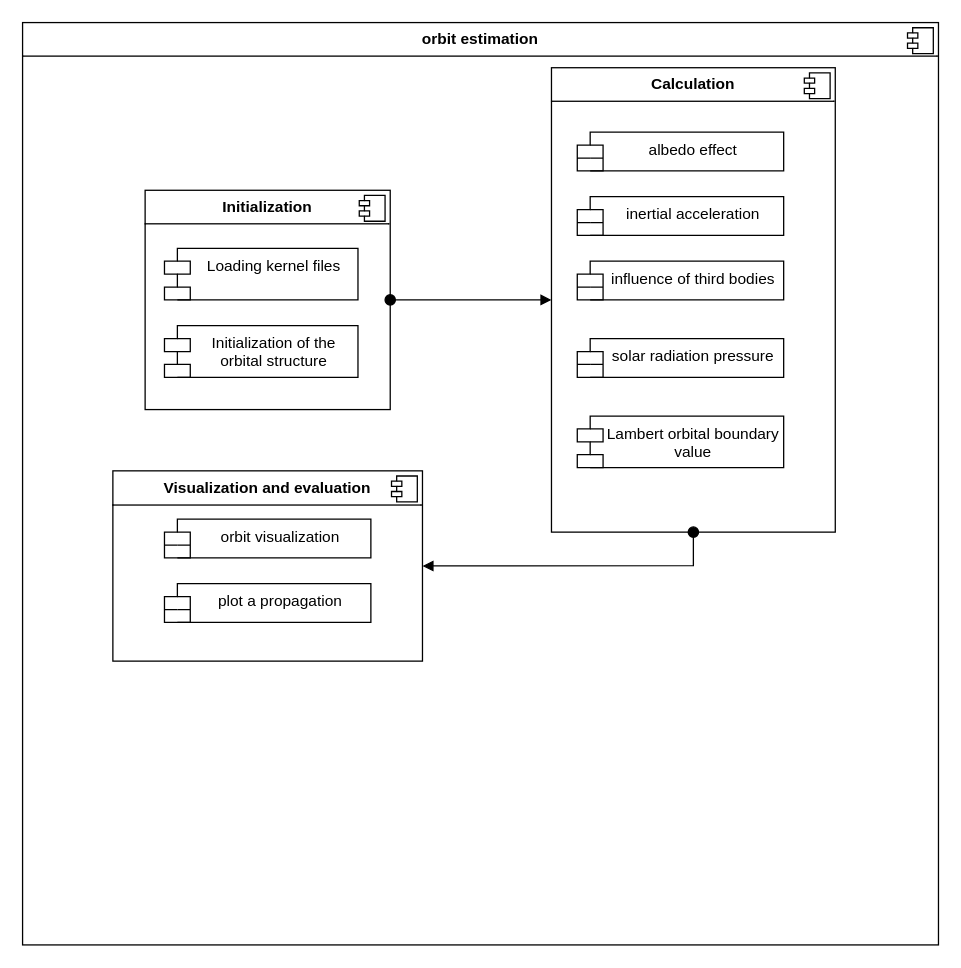
This is lab-show.drawio from zhangnailiang/ER, a draw.io file, before an edit. Source tidied: cells renumbered, new cells numbered last; positions are measured from the earlier drawing's top-left corner, leaving out a move shared by most shapes. Both pictures are drawn from the tidied source at 129%, with x=0, y=0 at pixel (22, 22).
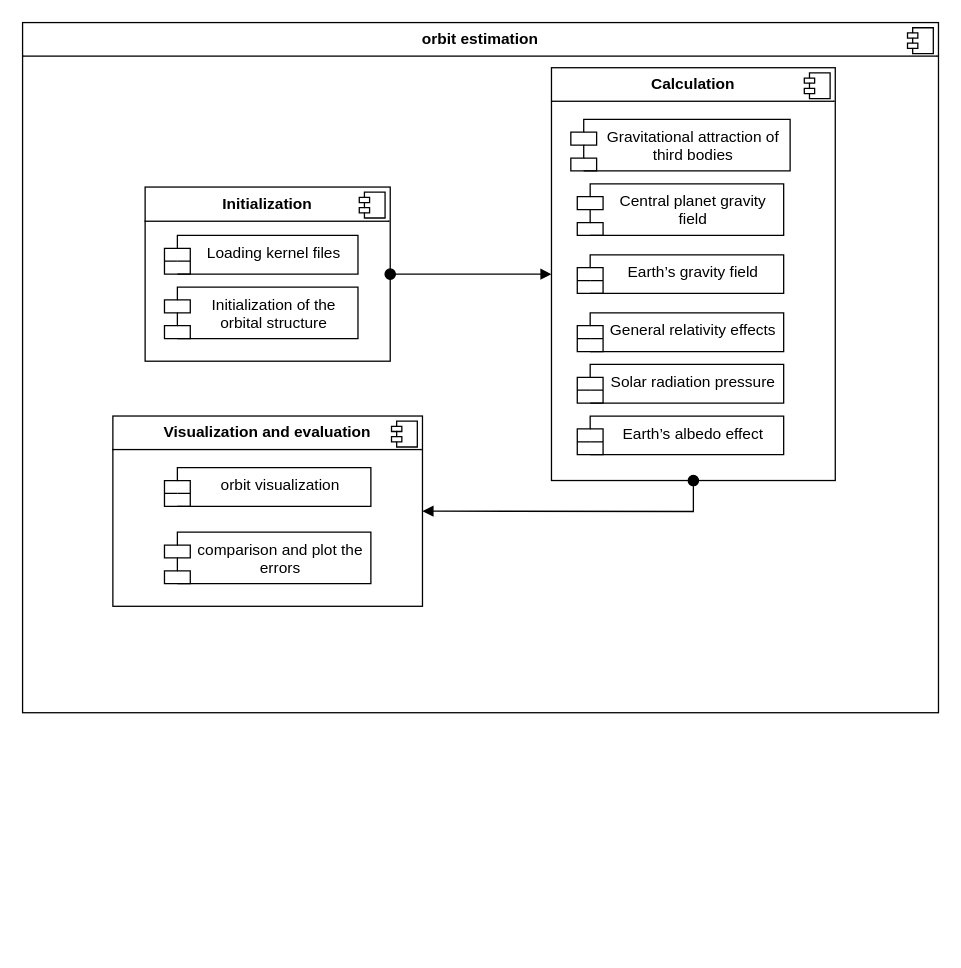
The same diagram, later.

What changed in the source:
```diff
@@
     <mxCell id="2" value="&lt;p style=&quot;margin:0px;margin-top:6px;text-align:center;&quot;&gt;&lt;b&gt;orbit estimation&lt;/b&gt;&lt;/p&gt;&lt;hr size=&quot;1&quot; style=&quot;border-style:solid;&quot;&gt;&lt;p style=&quot;margin:0px;margin-left:8px;&quot;&gt;&lt;br&gt;&lt;/p&gt;" style="align=left;overflow=fill;html=1;whiteSpace=wrap;" parent="1" vertex="1">
-      <mxGeometry width="710" height="715" as="geometry" />
+      <mxGeometry width="710" height="535" as="geometry" />
     </mxCell>
@@
     <mxCell id="4" value="&lt;p style=&quot;text-align: center; margin: 6px 0px 0px;&quot;&gt;&lt;span style=&quot;background-color: initial; text-align: left;&quot;&gt;&lt;b&gt;Initialization&lt;/b&gt;&lt;/span&gt;&lt;/p&gt;&lt;hr size=&quot;1&quot; style=&quot;border-style:solid;&quot;&gt;&lt;p style=&quot;margin:0px;margin-left:8px;&quot;&gt;&lt;br&gt;&lt;/p&gt;" style="align=left;overflow=fill;html=1;whiteSpace=wrap;" parent="1" vertex="1">
-      <mxGeometry x="95" y="130" width="190" height="170" as="geometry" />
+      <mxGeometry x="95" y="127.5" width="190" height="135" as="geometry" />
     </mxCell>
@@
     <mxCell id="6" value="&lt;p style=&quot;text-align: center; margin: 6px 0px 0px;&quot;&gt;&lt;b style=&quot;background-color: initial; text-align: left;&quot;&gt;Calculation&lt;/b&gt;&lt;/p&gt;&lt;hr size=&quot;1&quot; style=&quot;border-style:solid;&quot;&gt;&lt;p style=&quot;margin:0px;margin-left:8px;&quot;&gt;&lt;br&gt;&lt;/p&gt;" style="align=left;overflow=fill;html=1;whiteSpace=wrap;" parent="1" vertex="1">
-      <mxGeometry x="410" y="35" width="220" height="360" as="geometry" />
+      <mxGeometry x="410" y="35" width="220" height="320" as="geometry" />
     </mxCell>
@@
     <mxCell id="8" value="&lt;p style=&quot;margin: 6px 0px 0px; text-align: center;&quot;&gt;&lt;span style=&quot;background-color: initial; text-align: left;&quot;&gt;&lt;b&gt;Visualization and evaluation&lt;/b&gt;&lt;/span&gt;&lt;/p&gt;&lt;hr size=&quot;1&quot; style=&quot;border-style:solid;&quot;&gt;&lt;p style=&quot;margin:0px;margin-left:8px;&quot;&gt;&lt;br&gt;&lt;/p&gt;" style="align=left;overflow=fill;html=1;whiteSpace=wrap;" parent="1" vertex="1">
-      <mxGeometry x="70" y="347.5" width="240" height="147.5" as="geometry" />
+      <mxGeometry x="70" y="305" width="240" height="147.5" as="geometry" />
     </mxCell>
@@
     <mxCell id="10" value="Loading kernel files" style="shape=module;align=left;spacingLeft=20;align=center;verticalAlign=top;whiteSpace=wrap;html=1;" parent="1" vertex="1">
-      <mxGeometry x="110" y="175" width="150" height="40" as="geometry" />
+      <mxGeometry x="110" y="165" width="150" height="30" as="geometry" />
     </mxCell>
     <mxCell id="11" value="Initialization of the orbital structure" style="shape=module;align=left;spacingLeft=20;align=center;verticalAlign=top;whiteSpace=wrap;html=1;" parent="1" vertex="1">
-      <mxGeometry x="110" y="235" width="150" height="40" as="geometry" />
+      <mxGeometry x="110" y="205" width="150" height="40" as="geometry" />
     </mxCell>
-    <mxCell id="12" value="albedo effect" style="shape=module;align=left;spacingLeft=20;align=center;verticalAlign=top;whiteSpace=wrap;html=1;" parent="1" vertex="1">
-      <mxGeometry x="430" y="85" width="160" height="30" as="geometry" />
+    <mxCell id="12" value="Gravitational attraction of third bodies" style="shape=module;align=left;spacingLeft=20;align=center;verticalAlign=top;whiteSpace=wrap;html=1;" parent="1" vertex="1">
+      <mxGeometry x="425" y="75" width="170" height="40" as="geometry" />
     </mxCell>
-    <mxCell id="13" value=" inertial acceleration" style="shape=module;align=left;spacingLeft=20;align=center;verticalAlign=top;whiteSpace=wrap;html=1;" parent="1" vertex="1">
-      <mxGeometry x="430" y="135" width="160" height="30" as="geometry" />
+    <mxCell id="13" value=" Central planet gravity field" style="shape=module;align=left;spacingLeft=20;align=center;verticalAlign=top;whiteSpace=wrap;html=1;" parent="1" vertex="1">
+      <mxGeometry x="430" y="125" width="160" height="40" as="geometry" />
     </mxCell>
-    <mxCell id="14" value="influence of third bodies" style="shape=module;align=left;spacingLeft=20;align=center;verticalAlign=top;whiteSpace=wrap;html=1;" parent="1" vertex="1">
-      <mxGeometry x="430" y="185" width="160" height="30" as="geometry" />
+    <mxCell id="14" value="Earth’s gravity field" style="shape=module;align=left;spacingLeft=20;align=center;verticalAlign=top;whiteSpace=wrap;html=1;" parent="1" vertex="1">
+      <mxGeometry x="430" y="180" width="160" height="30" as="geometry" />
     </mxCell>
-    <mxCell id="15" value="solar radiation pressure" style="shape=module;align=left;spacingLeft=20;align=center;verticalAlign=top;whiteSpace=wrap;html=1;" parent="1" vertex="1">
-      <mxGeometry x="430" y="245" width="160" height="30" as="geometry" />
+    <mxCell id="15" value="General relativity effects" style="shape=module;align=left;spacingLeft=20;align=center;verticalAlign=top;whiteSpace=wrap;html=1;" parent="1" vertex="1">
+      <mxGeometry x="430" y="225" width="160" height="30" as="geometry" />
     </mxCell>
-    <mxCell id="16" value="Lambert orbital boundary value" style="shape=module;align=left;spacingLeft=20;align=center;verticalAlign=top;whiteSpace=wrap;html=1;" parent="1" vertex="1">
-      <mxGeometry x="430" y="305" width="160" height="40" as="geometry" />
+    <mxCell id="16" value="Solar radiation pressure" style="shape=module;align=left;spacingLeft=20;align=center;verticalAlign=top;whiteSpace=wrap;html=1;" parent="1" vertex="1">
+      <mxGeometry x="430" y="265" width="160" height="30" as="geometry" />
     </mxCell>
     <mxCell id="17" value="orbit visualization" style="shape=module;align=left;spacingLeft=20;align=center;verticalAlign=top;whiteSpace=wrap;html=1;" parent="1" vertex="1">
-      <mxGeometry x="110" y="385" width="160" height="30" as="geometry" />
+      <mxGeometry x="110" y="345" width="160" height="30" as="geometry" />
     </mxCell>
-    <mxCell id="18" value="plot a propagation" style="shape=module;align=left;spacingLeft=20;align=center;verticalAlign=top;whiteSpace=wrap;html=1;" parent="1" vertex="1">
-      <mxGeometry x="110" y="435" width="160" height="30" as="geometry" />
+    <mxCell id="18" value="comparison and plot the errors" style="shape=module;align=left;spacingLeft=20;align=center;verticalAlign=top;whiteSpace=wrap;html=1;" parent="1" vertex="1">
+      <mxGeometry x="110" y="395" width="160" height="40" as="geometry" />
     </mxCell>
@@
     <mxCell id="20" style="html=1;verticalAlign=bottom;startArrow=oval;startFill=1;endArrow=block;startSize=8;curved=0;rounded=0;exitX=0.5;exitY=1;exitDx=0;exitDy=0;entryX=1;entryY=0.5;entryDx=0;entryDy=0;" parent="1" edge="1" source="6" target="8">
       <mxGeometry relative="1" as="geometry">
         <Array as="points">
-          <mxPoint x="520" y="421" />
+          <mxPoint x="520" y="379" />
         </Array>
       </mxGeometry>
     </mxCell>
+    <mxCell id="21" style="edgeStyle=orthogonalEdgeStyle;rounded=0;orthogonalLoop=1;jettySize=auto;html=1;exitX=0.5;exitY=1;exitDx=0;exitDy=0;" parent="1" edge="1" source="2" target="2">
+      <mxGeometry relative="1" as="geometry" />
+    </mxCell>
+    <mxCell id="22" value="Earth’s albedo effect" style="shape=module;align=left;spacingLeft=20;align=center;verticalAlign=top;whiteSpace=wrap;html=1;" parent="1" vertex="1">
+      <mxGeometry x="430" y="305" width="160" height="30" as="geometry" />
+    </mxCell>
+    <mxCell id="23" style="edgeStyle=orthogonalEdgeStyle;rounded=0;orthogonalLoop=1;jettySize=auto;html=1;exitX=0.5;exitY=1;exitDx=0;exitDy=0;" parent="1" edge="1" source="6" target="6">
+      <mxGeometry relative="1" as="geometry" />
+    </mxCell>
```
